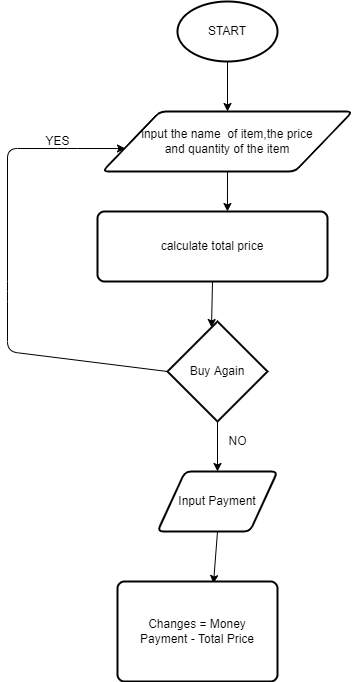
Above: flowchart.drawio.png in Alifhan/alif_handoyo-sistem_kasir_app (draw.io), before the change. Source tidied: cells renumbered, new cells last; positions are measured from the earlier drawing's top-left corner, leaving out a move shared by most shapes.
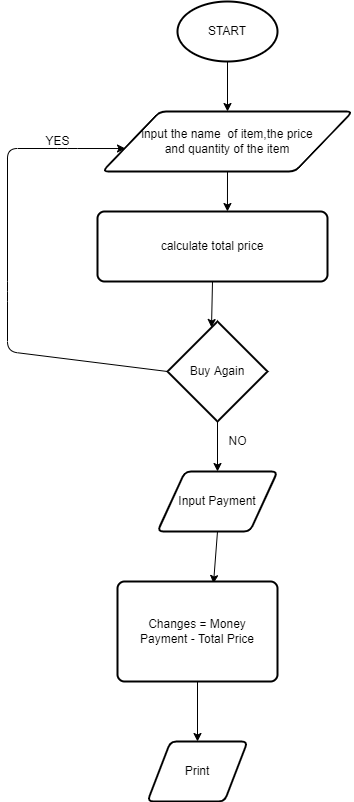
After the commit.

Commit message:
initiat print proof of payment

Diff of the diagram source:
```diff
@@ -48,8 +48,14 @@
     <mxCell id="14" value="NO&lt;br&gt;" style="text;html=1;align=center;verticalAlign=middle;strokeColor=none;fillColor=none;" parent="1" vertex="1">
       <mxGeometry x="215" y="430" width="30" height="20" as="geometry" />
     </mxCell>
+    <mxCell id="16" style="edgeStyle=none;html=1;exitX=0.5;exitY=1;exitDx=0;exitDy=0;" parent="1" edge="1" source="15" target="17">
+      <mxGeometry relative="1" as="geometry" />
+    </mxCell>
     <mxCell id="15" value="Changes = Money&lt;br&gt;Payment - Total Price" style="rounded=1;whiteSpace=wrap;html=1;absoluteArcSize=1;arcSize=14;strokeWidth=2;" parent="1" vertex="1">
       <mxGeometry x="110" y="580" width="160" height="100" as="geometry" />
     </mxCell>
+    <mxCell id="17" value="Print" style="shape=parallelogram;html=1;strokeWidth=2;perimeter=parallelogramPerimeter;whiteSpace=wrap;rounded=1;arcSize=12;size=0.23;" parent="1" vertex="1">
+      <mxGeometry x="140" y="740" width="100" height="60" as="geometry" />
+    </mxCell>
   </root>
 </mxGraphModel>
```
